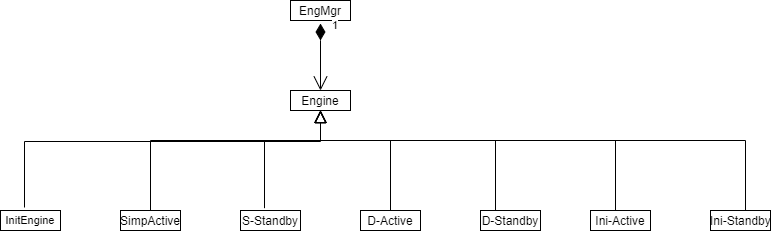
Above: UML/Engine.png in Steve888888/FN-Redundancy (draw.io), before the change. Source tidied: cells renumbered, new cells last; positions are measured from the earlier drawing's top-left corner, leaving out a move shared by most shapes.
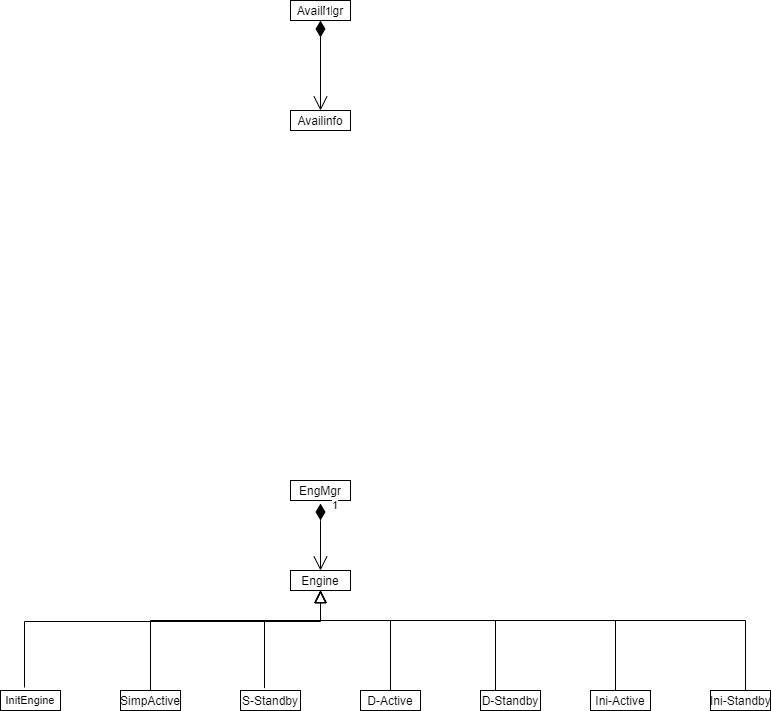
The same diagram one commit later.

Diff of the diagram source:
```diff
@@ -100,5 +100,16 @@
         </Array>
       </mxGeometry>
     </mxCell>
+    <mxCell id="19" value="&lt;p style=&quot;margin: 0px ; margin-top: 4px ; text-align: center&quot;&gt;AvailMgr&lt;/p&gt;&lt;hr size=&quot;1&quot;&gt;&lt;div style=&quot;height: 2px&quot;&gt;&lt;/div&gt;" style="verticalAlign=top;align=left;overflow=fill;fontSize=12;fontFamily=Helvetica;html=1;" parent="1" vertex="1">
+      <mxGeometry x="290" y="-480" width="60" height="20" as="geometry" />
+    </mxCell>
+    <mxCell id="20" value="&lt;p style=&quot;margin: 0px ; margin-top: 4px ; text-align: center&quot;&gt;Availinfo&lt;/p&gt;&lt;hr size=&quot;1&quot;&gt;&lt;div style=&quot;height: 2px&quot;&gt;&lt;/div&gt;" style="verticalAlign=top;align=left;overflow=fill;fontSize=12;fontFamily=Helvetica;html=1;" parent="1" vertex="1">
+      <mxGeometry x="290" y="-370" width="60" height="20" as="geometry" />
+    </mxCell>
+    <mxCell id="21" value="1" style="endArrow=open;html=1;endSize=12;startArrow=diamondThin;startSize=14;startFill=1;edgeStyle=orthogonalEdgeStyle;align=left;verticalAlign=bottom;entryX=0.5;entryY=0;entryDx=0;entryDy=0;" parent="1" edge="1" target="20">
+      <mxGeometry x="-1" y="3" relative="1" as="geometry">
+        <mxPoint x="320" y="-460" as="sourcePoint" />
+      </mxGeometry>
+    </mxCell>
   </root>
 </mxGraphModel>
```
